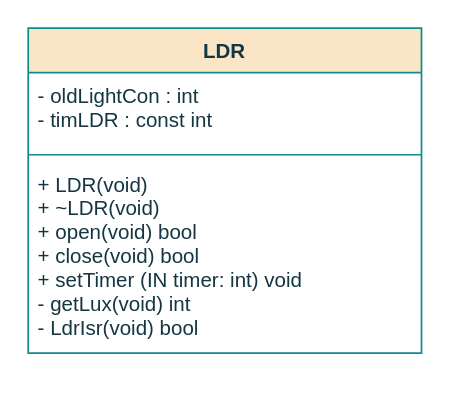
Above: page "classLDR" (6 of 7) of project/report/flowcharts/Sensors.drawio in ESRGgroup9/slipad (draw.io), before the change. Source tidied: cells renumbered, new cells numbered last; positions are measured from the earlier drawing's top-left corner, leaving out a move shared by most shapes. Both pictures are drawn from the tidied source at 171%, with x=0, y=0 at pixel (27, 27).
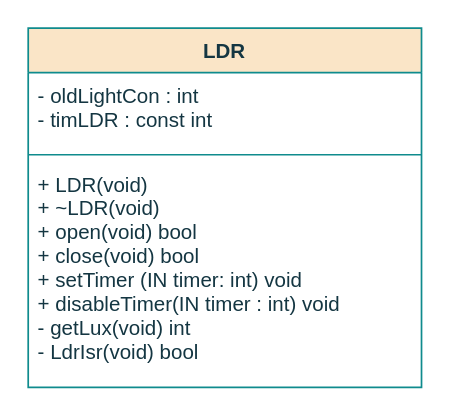
The same page after the edit.

What changed in the source:
```diff
@@
 <mxGraphModel>
   <root>
     <mxCell id="0" />
     <mxCell id="1" parent="0" />
     <mxCell id="2" value="LDR" style="swimlane;fontStyle=1;align=center;verticalAlign=top;horizontal=1;startSize=26;fillColor=#FAE5C7;strokeColor=#0F8B8D;fontColor=#143642;" parent="1" vertex="1">
-      <mxGeometry width="230" height="190" as="geometry" />
+      <mxGeometry width="230" height="210" as="geometry" />
     </mxCell>
     <mxCell id="3" value="- oldLightCon : int&#10;- timLDR : const int&#10;" style="text;strokeColor=none;fillColor=none;align=left;verticalAlign=top;spacingLeft=4;spacingRight=4;overflow=hidden;fontColor=#143642;" parent="2" vertex="1">
       <mxGeometry y="26" width="230" height="44" as="geometry" />
     </mxCell>
     <mxCell id="4" style="line;strokeWidth=1;fillColor=none;align=left;verticalAlign=middle;spacingTop=-1;spacingLeft=3;spacingRight=3;labelPosition=right;labelBackgroundColor=#DAD2D8;strokeColor=#0F8B8D;fontColor=#143642;" parent="2" vertex="1">
       <mxGeometry y="70" width="230" height="8" as="geometry" />
     </mxCell>
-    <mxCell id="5" value="+ LDR(void)&#10;+ ~LDR(void)&#10;+ open(void) bool&#10;+ close(void) bool&#10;+ setTimer (IN timer: int) void&#10;- getLux(void) int&#10;- LdrIsr(void) bool" style="text;strokeColor=none;fillColor=none;align=left;verticalAlign=top;spacingLeft=4;spacingRight=4;overflow=hidden;fontColor=#143642;spacing=2;fontStyle=0;" parent="2" vertex="1">
-      <mxGeometry y="78" width="230" height="112" as="geometry" />
+    <mxCell id="5" value="+ LDR(void)&#10;+ ~LDR(void)&#10;+ open(void) bool&#10;+ close(void) bool&#10;+ setTimer (IN timer: int) void&#10;+ disableTimer(IN timer : int) void&#10;- getLux(void) int&#10;- LdrIsr(void) bool" style="text;strokeColor=none;fillColor=none;align=left;verticalAlign=top;spacingLeft=4;spacingRight=4;overflow=hidden;fontColor=#143642;spacing=2;fontStyle=0;" parent="2" vertex="1">
+      <mxGeometry y="78" width="230" height="132" as="geometry" />
     </mxCell>
   </root>
 </mxGraphModel>
```
